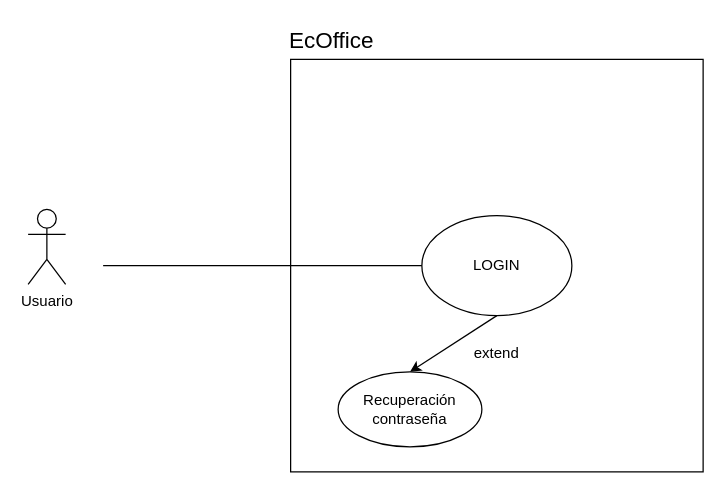
Before: EcOffice casos de uso.drawio in HaasjamesDEV/EcOffice, a draw.io diagram. Source tidied: cells renumbered, new cells numbered last; positions are measured from the earlier drawing's top-left corner, leaving out a move shared by most shapes. Both pictures are drawn from the tidied source at 125%, with x=0, y=0 at pixel (28, 21).
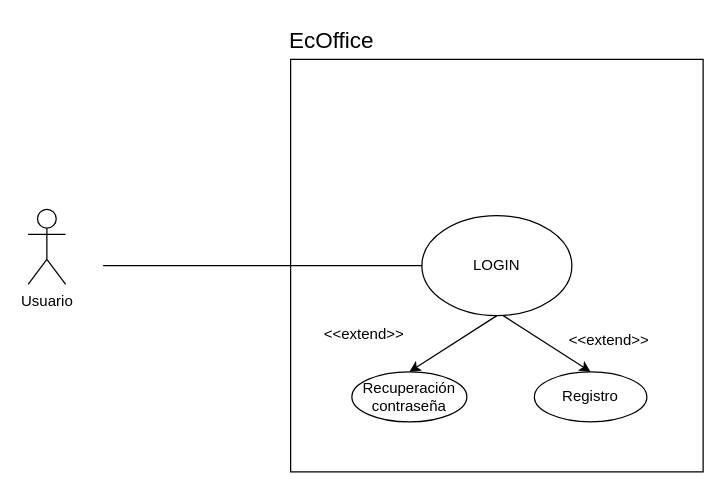
The same diagram, later.

What changed in the source:
```diff
@@
 <mxGraphModel>
   <root>
     <mxCell id="0" />
     <mxCell id="1" parent="0" />
     <mxCell id="2" style="whiteSpace=wrap;html=1;" parent="1" vertex="1">
       <mxGeometry x="210" y="30" width="330" height="330" as="geometry" />
     </mxCell>
     <mxCell id="3" value="Usuario" style="shape=umlActor;verticalLabelPosition=bottom;verticalAlign=top;html=1;" parent="1" vertex="1">
       <mxGeometry y="150" width="30" height="60" as="geometry" />
     </mxCell>
     <mxCell id="4" value="LOGIN" style="ellipse;whiteSpace=wrap;html=1;" parent="1" vertex="1">
       <mxGeometry x="315" y="155" width="120" height="80" as="geometry" />
     </mxCell>
     <mxCell id="5" value="&lt;font style=&quot;font-size: 18px;&quot;&gt;EcOffice&lt;/font&gt;" style="text;html=1;align=center;verticalAlign=middle;whiteSpace=wrap;rounded=0;" parent="1" vertex="1">
       <mxGeometry x="213" width="60" height="30" as="geometry" />
     </mxCell>
     <mxCell id="6" style="endArrow=none;html=1;rounded=0;entryX=0;entryY=0.5;entryDx=0;entryDy=0;" parent="1" edge="1" target="4">
       <mxGeometry relative="1" as="geometry">
         <mxPoint x="60" y="195" as="sourcePoint" />
       </mxGeometry>
     </mxCell>
     <mxCell id="7" value="Recuperación contraseña" style="ellipse;whiteSpace=wrap;html=1;" parent="1" vertex="1">
-      <mxGeometry x="248" y="280" width="115" height="60" as="geometry" />
+      <mxGeometry x="259" y="280" width="92" height="40" as="geometry" />
     </mxCell>
     <mxCell id="8" style="endArrow=classic;html=1;rounded=0;entryX=0.5;entryY=0;entryDx=0;entryDy=0;exitX=0.5;exitY=1;exitDx=0;exitDy=0;" parent="1" edge="1" source="4" target="7">
       <mxGeometry relative="1" as="geometry" />
     </mxCell>
-    <mxCell id="9" value="extend" style="text;html=1;align=center;verticalAlign=middle;whiteSpace=wrap;rounded=0;" parent="1" vertex="1">
-      <mxGeometry x="345" y="250" width="60" height="30" as="geometry" />
+    <mxCell id="9" value="&amp;lt;&amp;lt;extend&amp;gt;&amp;gt;" style="text;html=1;align=center;verticalAlign=middle;whiteSpace=wrap;rounded=0;" parent="1" vertex="1">
+      <mxGeometry x="239" y="235" width="60" height="30" as="geometry" />
     </mxCell>
+    <mxCell id="10" style="endArrow=classic;html=1;rounded=0;entryX=0.5;entryY=0;entryDx=0;entryDy=0;" parent="1" edge="1" target="11">
+      <mxGeometry relative="1" as="geometry">
+        <mxPoint x="380" y="235" as="sourcePoint" />
+      </mxGeometry>
+    </mxCell>
+    <mxCell id="11" value="Registro" style="ellipse;whiteSpace=wrap;html=1;" parent="1" vertex="1">
+      <mxGeometry x="405" y="280" width="90" height="40" as="geometry" />
+    </mxCell>
+    <mxCell id="12" value="&amp;lt;&amp;lt;extend&amp;gt;&amp;gt;" style="text;html=1;align=center;verticalAlign=middle;whiteSpace=wrap;rounded=0;" parent="1" vertex="1">
+      <mxGeometry x="435" y="240" width="60" height="30" as="geometry" />
+    </mxCell>
   </root>
 </mxGraphModel>
```
